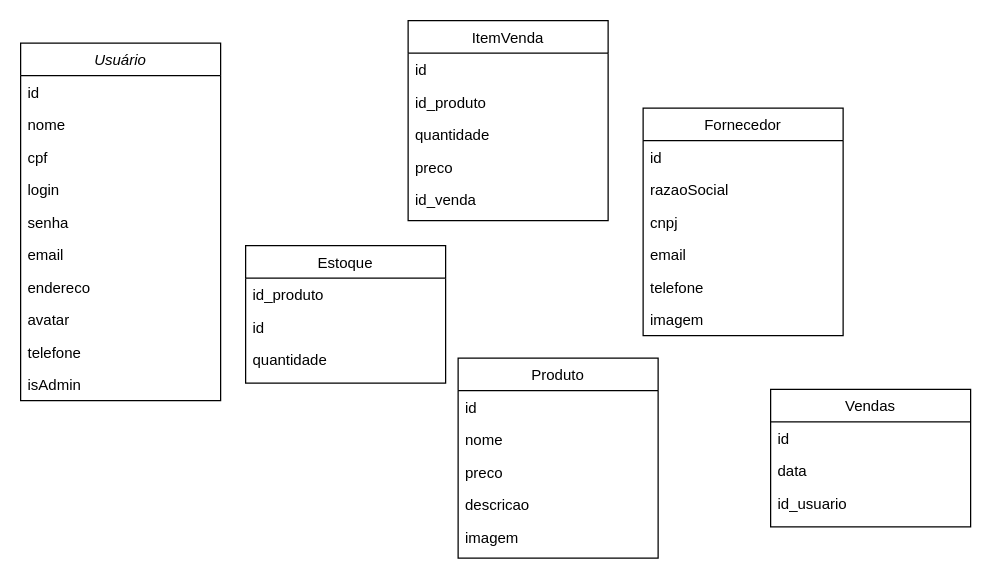
Earlier version of the draw.io diagram diagramalp4.drawio (prpontes/lp4_appusuarios). Source tidied: cells renumbered, new cells numbered last; positions are measured from the earlier drawing's top-left corner, leaving out a move shared by most shapes. Both pictures are drawn from the tidied source at 125%, with x=0, y=0 at pixel (20, 20).
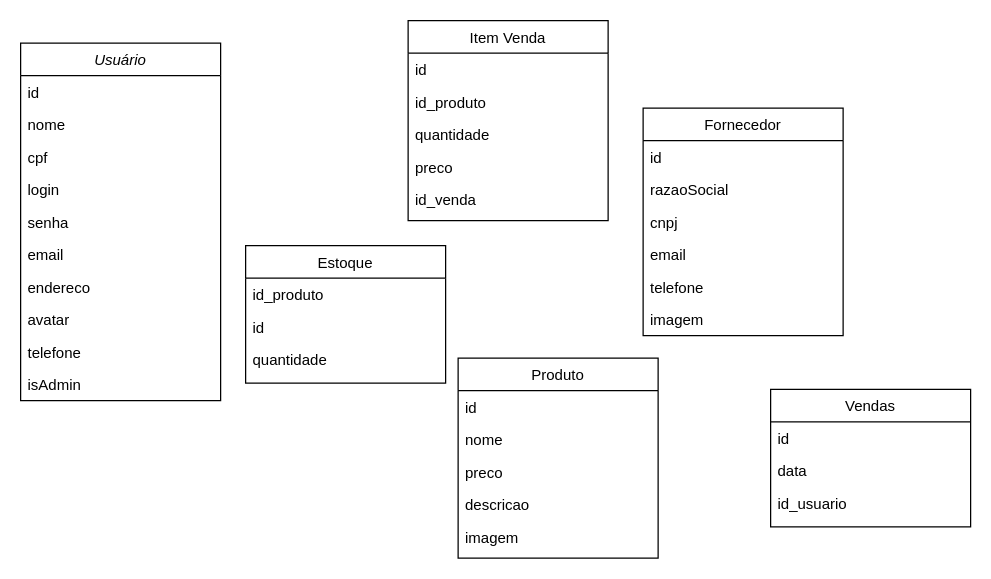
After the change.

Change to the diagram source:
```diff
@@
-    <mxCell id="26" value="ItemVenda" style="swimlane;fontStyle=0;align=center;verticalAlign=top;horizontal=1;startSize=26;rounded=0;shadow=0;strokeWidth=1;" parent="1" vertex="1">
+    <mxCell id="26" value="Item Venda" style="swimlane;fontStyle=0;align=center;verticalAlign=top;horizontal=1;startSize=26;rounded=0;shadow=0;strokeWidth=1;" parent="1" vertex="1">
       <mxGeometry x="310" width="160" height="160" as="geometry" />
     </mxCell>
```
